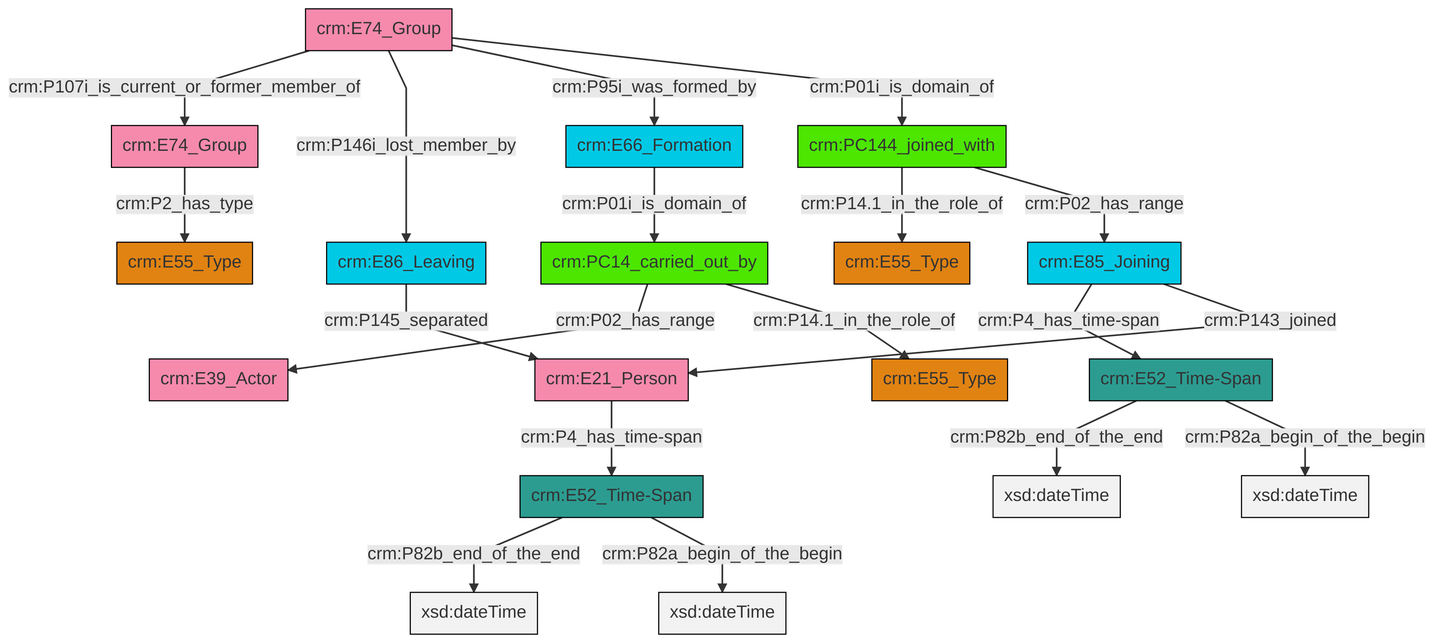
The Mermaid diagram et/groupCSV/ttl/mmd/png/group_actor_relations.png in swiss-art-research-net/reference-data-models, before a commit. Its source is kept beside it as et/groupCSV/ttl/mmd/group_actor_relations.ttl.mmd.
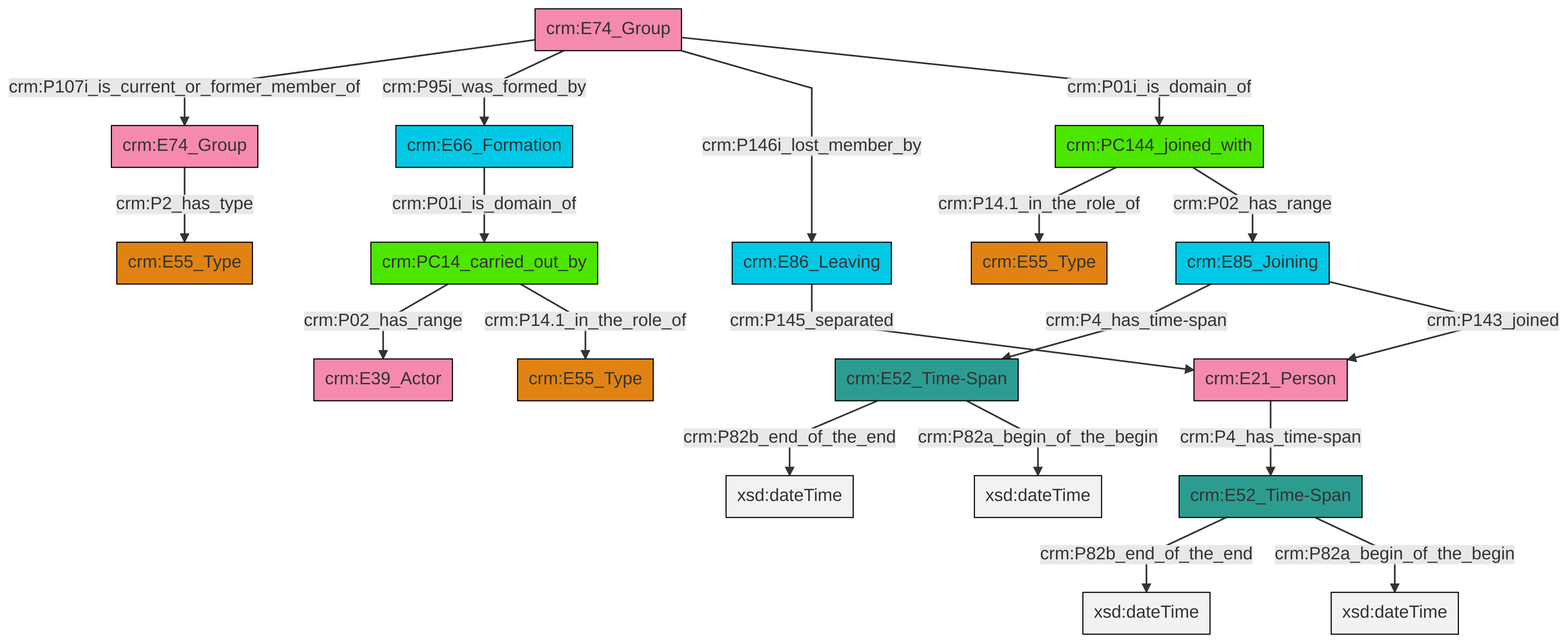
The same file after the commit.

What changed in the source:
```diff
@@ -13,21 +13,21 @@
 classDef PC_Classes fill:#4ce600, stroke:#000000;
 classDef Multi fill:#cccccc,stroke:#000000;
 
-0["crm:E74_Group"]:::Actor -->|crm:P107i_is_current_or_former_member_of| 1["crm:E74_Group"]:::Actor
-4["crm:PC14_carried_out_by"]:::PC_Classes -->|crm:P02_has_range| 5["crm:E39_Actor"]:::Actor
-6["crm:E52_Time-Span"]:::Time-Span -->|crm:P82b_end_of_the_end| 7[xsd:dateTime]:::Literal
-6["crm:E52_Time-Span"]:::Time-Span -->|crm:P82a_begin_of_the_begin| 10[xsd:dateTime]:::Literal
-11["crm:E52_Time-Span"]:::Time-Span -->|crm:P82b_end_of_the_end| 12[xsd:dateTime]:::Literal
-8["crm:E86_Leaving"]:::Temporal_Entity -->|crm:P145_separated| 14["crm:E21_Person"]:::Actor
-16["crm:PC144_joined_with"]:::PC_Classes -->|crm:P14.1_in_the_role_of| 2["crm:E55_Type"]:::Type
-0["crm:E74_Group"]:::Actor -->|crm:P146i_lost_member_by| 8["crm:E86_Leaving"]:::Temporal_Entity
-14["crm:E21_Person"]:::Actor -->|crm:P4_has_time-span| 6["crm:E52_Time-Span"]:::Time-Span
-22["crm:E66_Formation"]:::Temporal_Entity -->|crm:P01i_is_domain_of| 4["crm:PC14_carried_out_by"]:::PC_Classes
-25["crm:E85_Joining"]:::Temporal_Entity -->|crm:P4_has_time-span| 11["crm:E52_Time-Span"]:::Time-Span
-1["crm:E74_Group"]:::Actor -->|crm:P2_has_type| 19["crm:E55_Type"]:::Type
-16["crm:PC144_joined_with"]:::PC_Classes -->|crm:P02_has_range| 25["crm:E85_Joining"]:::Temporal_Entity
-11["crm:E52_Time-Span"]:::Time-Span -->|crm:P82a_begin_of_the_begin| 28[xsd:dateTime]:::Literal
-0["crm:E74_Group"]:::Actor -->|crm:P95i_was_formed_by| 22["crm:E66_Formation"]:::Temporal_Entity
-0["crm:E74_Group"]:::Actor -->|crm:P01i_is_domain_of| 16["crm:PC144_joined_with"]:::PC_Classes
-4["crm:PC14_carried_out_by"]:::PC_Classes -->|crm:P14.1_in_the_role_of| 23["crm:E55_Type"]:::Type
-25["crm:E85_Joining"]:::Temporal_Entity -->|crm:P143_joined| 14["crm:E21_Person"]:::Actor
+0["crm:PC14_carried_out_by"]:::PC_Classes -->|crm:P02_has_range| 1["crm:E39_Actor"]:::Actor
+2["crm:E66_Formation"]:::Temporal_Entity -->|crm:P01i_is_domain_of| 0["crm:PC14_carried_out_by"]:::PC_Classes
+4["crm:PC144_joined_with"]:::PC_Classes -->|crm:P14.1_in_the_role_of| 5["crm:E55_Type"]:::Type
+6["crm:E74_Group"]:::Actor -->|crm:P107i_is_current_or_former_member_of| 7["crm:E74_Group"]:::Actor
+8["crm:E52_Time-Span"]:::Time-Span -->|crm:P82b_end_of_the_end| 9[xsd:dateTime]:::Literal
+10["crm:E85_Joining"]:::Temporal_Entity -->|crm:P4_has_time-span| 11["crm:E52_Time-Span"]:::Time-Span
+10["crm:E85_Joining"]:::Temporal_Entity -->|crm:P143_joined| 12["crm:E21_Person"]:::Actor
+4["crm:PC144_joined_with"]:::PC_Classes -->|crm:P02_has_range| 10["crm:E85_Joining"]:::Temporal_Entity
+11["crm:E52_Time-Span"]:::Time-Span -->|crm:P82b_end_of_the_end| 16[xsd:dateTime]:::Literal
+6["crm:E74_Group"]:::Actor -->|crm:P95i_was_formed_by| 2["crm:E66_Formation"]:::Temporal_Entity
+23["crm:E86_Leaving"]:::Temporal_Entity -->|crm:P145_separated| 12["crm:E21_Person"]:::Actor
+11["crm:E52_Time-Span"]:::Time-Span -->|crm:P82a_begin_of_the_begin| 25[xsd:dateTime]:::Literal
+0["crm:PC14_carried_out_by"]:::PC_Classes -->|crm:P14.1_in_the_role_of| 13["crm:E55_Type"]:::Type
+6["crm:E74_Group"]:::Actor -->|crm:P146i_lost_member_by| 23["crm:E86_Leaving"]:::Temporal_Entity
+8["crm:E52_Time-Span"]:::Time-Span -->|crm:P82a_begin_of_the_begin| 30[xsd:dateTime]:::Literal
+12["crm:E21_Person"]:::Actor -->|crm:P4_has_time-span| 8["crm:E52_Time-Span"]:::Time-Span
+7["crm:E74_Group"]:::Actor -->|crm:P2_has_type| 20["crm:E55_Type"]:::Type
+6["crm:E74_Group"]:::Actor -->|crm:P01i_is_domain_of| 4["crm:PC144_joined_with"]:::PC_Classes
```
